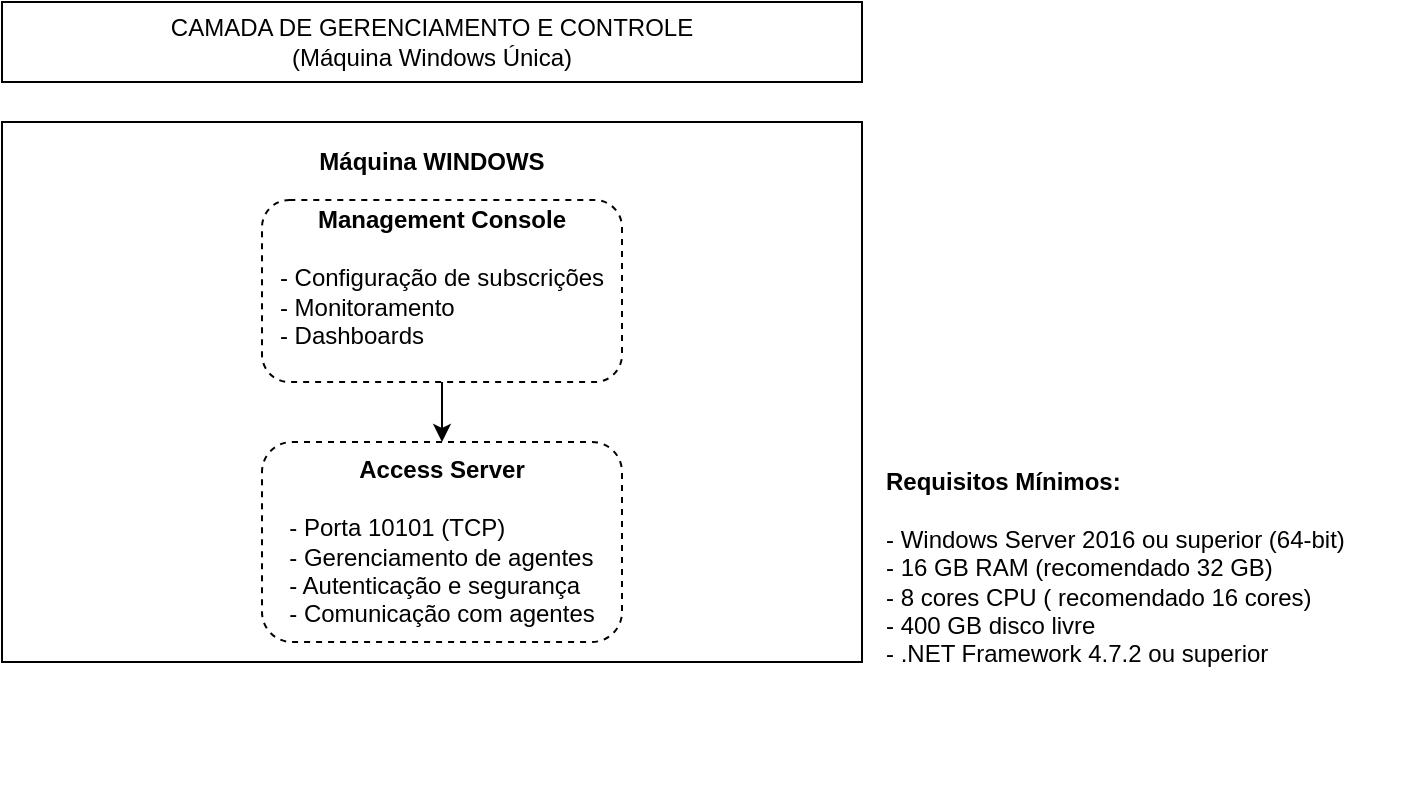
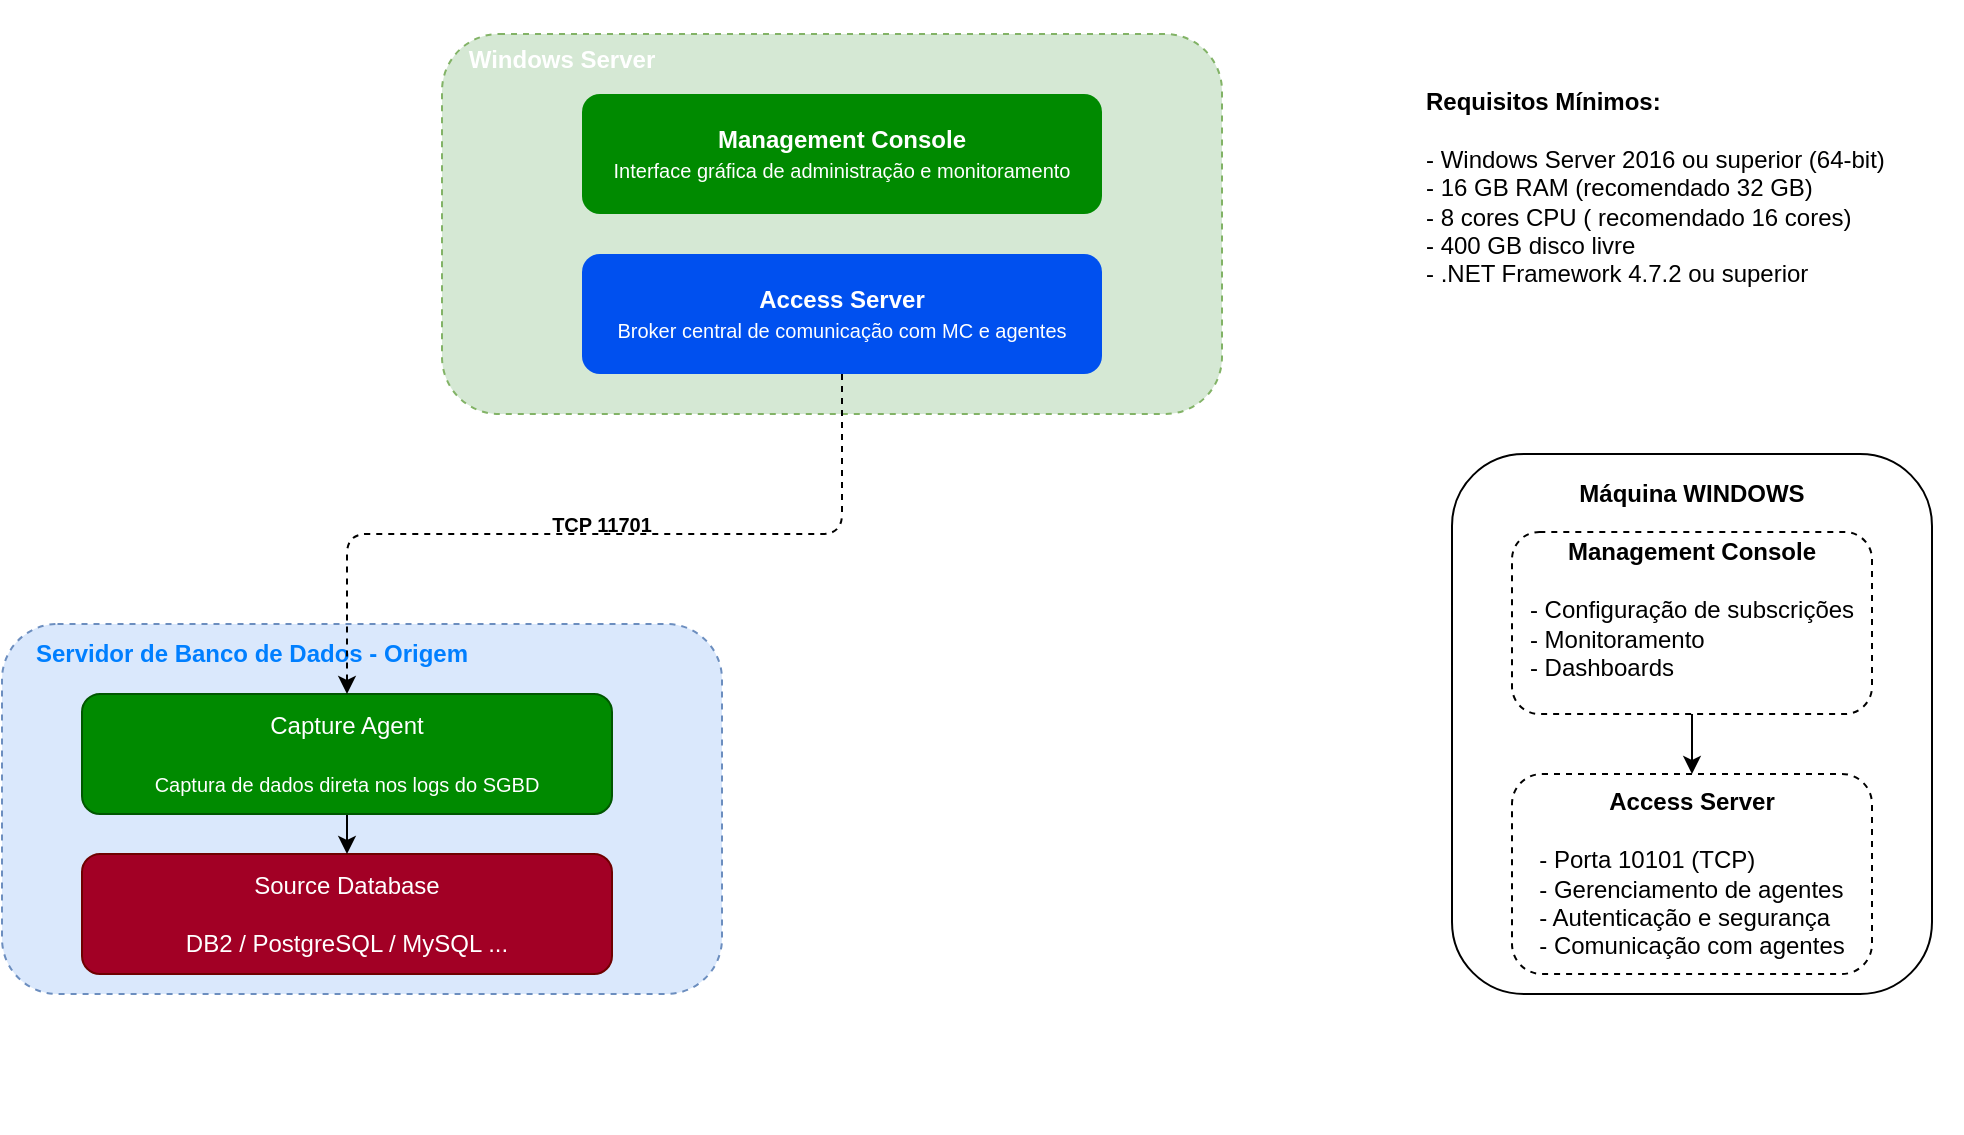
<mxfile host="app.diagrams.net">
  <diagram name="Page-1" id="ufLM51pSvgMN4Yb4cNfk">
    <mxGraphModel dx="1414" dy="766" grid="1" gridSize="10" guides="1" tooltips="1" connect="1" arrows="1" fold="1" page="1" pageScale="1" pageWidth="1169" pageHeight="827" math="0" shadow="0">
      <root>
        <mxCell id="0" />
        <mxCell id="1" parent="0" />
-         <mxCell id="JlA0C_7pM_n0fd6ZD8XW-1" parent="1" style="rounded=0;whiteSpace=wrap;html=1;" value="&lt;div&gt;&lt;b&gt;&lt;br&gt;&lt;/b&gt;&lt;/div&gt;&lt;b&gt;&lt;div&gt;&lt;b&gt;&lt;br&gt;&lt;/b&gt;&lt;/div&gt;Máquina WINDOWS&lt;/b&gt;&lt;div&gt;&lt;b&gt;&lt;br&gt;&lt;/b&gt;&lt;div&gt;&lt;div&gt;&lt;b&gt;&lt;br&gt;&lt;/b&gt;&lt;/div&gt;&lt;div&gt;&lt;b&gt;&lt;br&gt;&lt;/b&gt;&lt;/div&gt;&lt;div&gt;&lt;b&gt;&lt;br&gt;&lt;/b&gt;&lt;/div&gt;&lt;div&gt;&lt;b&gt;&lt;br&gt;&lt;/b&gt;&lt;/div&gt;&lt;div&gt;&lt;b&gt;&lt;br&gt;&lt;/b&gt;&lt;/div&gt;&lt;div&gt;&lt;b&gt;&lt;br&gt;&lt;/b&gt;&lt;/div&gt;&lt;div&gt;&lt;b&gt;&lt;br&gt;&lt;/b&gt;&lt;/div&gt;&lt;div&gt;&lt;b&gt;&lt;br&gt;&lt;/b&gt;&lt;/div&gt;&lt;div&gt;&lt;b&gt;&lt;br&gt;&lt;/b&gt;&lt;/div&gt;&lt;div&gt;&lt;b&gt;&lt;br&gt;&lt;/b&gt;&lt;/div&gt;&lt;div&gt;&lt;b&gt;&lt;br&gt;&lt;/b&gt;&lt;/div&gt;&lt;div&gt;&lt;b&gt;&lt;br&gt;&lt;/b&gt;&lt;/div&gt;&lt;div&gt;&lt;b&gt;&lt;br&gt;&lt;/b&gt;&lt;/div&gt;&lt;div&gt;&lt;b&gt;&lt;br&gt;&lt;/b&gt;&lt;/div&gt;&lt;div&gt;&lt;b&gt;&lt;br&gt;&lt;/b&gt;&lt;/div&gt;&lt;div&gt;&lt;b&gt;&lt;br&gt;&lt;/b&gt;&lt;/div&gt;&lt;div&gt;&lt;br&gt;&lt;/div&gt;&lt;/div&gt;&lt;/div&gt;" vertex="1">
-           <mxGeometry height="270" width="430" x="350" y="120" as="geometry" />
+         <mxCell id="JlA0C_7pM_n0fd6ZD8XW-1" parent="1" style="rounded=1;whiteSpace=wrap;html=1;" value="&lt;div&gt;&lt;b&gt;&lt;br&gt;&lt;/b&gt;&lt;/div&gt;&lt;b&gt;&lt;div&gt;&lt;b&gt;&lt;br&gt;&lt;/b&gt;&lt;/div&gt;Máquina WINDOWS&lt;/b&gt;&lt;div&gt;&lt;b&gt;&lt;br&gt;&lt;/b&gt;&lt;div&gt;&lt;div&gt;&lt;b&gt;&lt;br&gt;&lt;/b&gt;&lt;/div&gt;&lt;div&gt;&lt;b&gt;&lt;br&gt;&lt;/b&gt;&lt;/div&gt;&lt;div&gt;&lt;b&gt;&lt;br&gt;&lt;/b&gt;&lt;/div&gt;&lt;div&gt;&lt;b&gt;&lt;br&gt;&lt;/b&gt;&lt;/div&gt;&lt;div&gt;&lt;b&gt;&lt;br&gt;&lt;/b&gt;&lt;/div&gt;&lt;div&gt;&lt;b&gt;&lt;br&gt;&lt;/b&gt;&lt;/div&gt;&lt;div&gt;&lt;b&gt;&lt;br&gt;&lt;/b&gt;&lt;/div&gt;&lt;div&gt;&lt;b&gt;&lt;br&gt;&lt;/b&gt;&lt;/div&gt;&lt;div&gt;&lt;b&gt;&lt;br&gt;&lt;/b&gt;&lt;/div&gt;&lt;div&gt;&lt;b&gt;&lt;br&gt;&lt;/b&gt;&lt;/div&gt;&lt;div&gt;&lt;b&gt;&lt;br&gt;&lt;/b&gt;&lt;/div&gt;&lt;div&gt;&lt;b&gt;&lt;br&gt;&lt;/b&gt;&lt;/div&gt;&lt;div&gt;&lt;b&gt;&lt;br&gt;&lt;/b&gt;&lt;/div&gt;&lt;div&gt;&lt;b&gt;&lt;br&gt;&lt;/b&gt;&lt;/div&gt;&lt;div&gt;&lt;b&gt;&lt;br&gt;&lt;/b&gt;&lt;/div&gt;&lt;div&gt;&lt;b&gt;&lt;br&gt;&lt;/b&gt;&lt;/div&gt;&lt;div&gt;&lt;br&gt;&lt;/div&gt;&lt;/div&gt;&lt;/div&gt;" vertex="1">
+           <mxGeometry height="270" width="240" x="895" y="310" as="geometry" />
        </mxCell>
-         <mxCell id="JlA0C_7pM_n0fd6ZD8XW-12" edge="1" parent="1" source="JlA0C_7pM_n0fd6ZD8XW-5" style="edgeStyle=orthogonalEdgeStyle;rounded=0;orthogonalLoop=1;jettySize=auto;html=1;" target="JlA0C_7pM_n0fd6ZD8XW-8" value="">
+         <mxCell id="JlA0C_7pM_n0fd6ZD8XW-12" edge="1" parent="1" source="JlA0C_7pM_n0fd6ZD8XW-5" style="edgeStyle=orthogonalEdgeStyle;rounded=1;orthogonalLoop=1;jettySize=auto;html=1;" target="JlA0C_7pM_n0fd6ZD8XW-8" value="">
          <mxGeometry relative="1" as="geometry" />
        </mxCell>
        <mxCell id="JlA0C_7pM_n0fd6ZD8XW-5" parent="1" style="rounded=1;whiteSpace=wrap;html=1;dashed=1;" value="&lt;div&gt;&lt;br class=&quot;Apple-interchange-newline&quot;&gt;&lt;br&gt;&lt;/div&gt;&lt;div&gt;&lt;br&gt;&lt;/div&gt;&lt;div&gt;&lt;br&gt;&lt;/div&gt;&lt;b&gt;&lt;div&gt;&lt;b&gt;&lt;br&gt;&lt;/b&gt;&lt;/div&gt;Management Console&lt;/b&gt;&lt;div&gt;&lt;span style=&quot;background-color: transparent; color: light-dark(rgb(0, 0, 0), rgb(255, 255, 255)); text-align: left;&quot;&gt;&lt;br&gt;&lt;/span&gt;&lt;/div&gt;&lt;div&gt;&lt;span style=&quot;background-color: transparent; color: light-dark(rgb(0, 0, 0), rgb(255, 255, 255)); text-align: left;&quot;&gt;- Configuração de subscrições&lt;/span&gt;&lt;/div&gt;&lt;div style=&quot;text-align: left;&quot;&gt;- Monitoramento&lt;/div&gt;&lt;div style=&quot;text-align: left;&quot;&gt;- Dashboards&lt;/div&gt;&lt;div&gt;&lt;br&gt;&lt;/div&gt;&lt;div&gt;&lt;br&gt;&lt;/div&gt;&lt;div&gt;&lt;br&gt;&lt;/div&gt;&lt;div&gt;&lt;br&gt;&lt;/div&gt;&lt;div&gt;&lt;br&gt;&lt;/div&gt;&lt;div&gt;&lt;br&gt;&lt;/div&gt;" vertex="1">
-           <mxGeometry height="91" width="180" x="480" y="159" as="geometry" />
+           <mxGeometry height="91" width="180" x="925" y="349" as="geometry" />
        </mxCell>
-         <mxCell id="JlA0C_7pM_n0fd6ZD8XW-6" edge="1" parent="1" source="JlA0C_7pM_n0fd6ZD8XW-5" style="edgeStyle=orthogonalEdgeStyle;rounded=0;orthogonalLoop=1;jettySize=auto;html=1;exitX=0.5;exitY=1;exitDx=0;exitDy=0;" target="JlA0C_7pM_n0fd6ZD8XW-5">
+         <mxCell id="JlA0C_7pM_n0fd6ZD8XW-6" edge="1" parent="1" source="JlA0C_7pM_n0fd6ZD8XW-5" style="edgeStyle=orthogonalEdgeStyle;rounded=1;orthogonalLoop=1;jettySize=auto;html=1;exitX=0.5;exitY=1;exitDx=0;exitDy=0;" target="JlA0C_7pM_n0fd6ZD8XW-5">
          <mxGeometry relative="1" as="geometry" />
        </mxCell>
        <mxCell id="JlA0C_7pM_n0fd6ZD8XW-8" parent="1" style="rounded=1;whiteSpace=wrap;html=1;dashed=1;" value="&lt;div&gt;&lt;br class=&quot;Apple-interchange-newline&quot;&gt;&lt;br&gt;&lt;/div&gt;&lt;div&gt;&lt;br&gt;&lt;/div&gt;&lt;div&gt;&lt;br&gt;&lt;/div&gt;&lt;div&gt;&lt;br&gt;&lt;/div&gt;&lt;b&gt;&lt;div&gt;&lt;b&gt;&lt;br&gt;&lt;/b&gt;&lt;/div&gt;Access Server&lt;br&gt;&lt;/b&gt;&lt;div&gt;&lt;br&gt;&lt;/div&gt;&lt;div style=&quot;text-align: left;&quot;&gt;- Porta 10101 (TCP)&lt;/div&gt;&lt;div style=&quot;text-align: left;&quot;&gt;- Gerenciamento de agentes&lt;/div&gt;&lt;div style=&quot;text-align: left;&quot;&gt;- Autenticação e segurança&lt;/div&gt;&lt;div style=&quot;text-align: left;&quot;&gt;- Comunicação com agentes&lt;/div&gt;&lt;div&gt;&lt;br&gt;&lt;/div&gt;&lt;div&gt;&lt;br&gt;&lt;/div&gt;&lt;div&gt;&lt;br&gt;&lt;/div&gt;&lt;div&gt;&lt;br&gt;&lt;/div&gt;&lt;div&gt;&lt;br&gt;&lt;/div&gt;&lt;div&gt;&lt;br&gt;&lt;/div&gt;" vertex="1">
-           <mxGeometry height="100" width="180" x="480" y="280" as="geometry" />
+           <mxGeometry height="100" width="180" x="925" y="470" as="geometry" />
        </mxCell>
-         <mxCell id="JlA0C_7pM_n0fd6ZD8XW-9" parent="1" style="rounded=0;whiteSpace=wrap;html=1;" value="CAMADA DE GERENCIAMENTO E CONTROLE&lt;div&gt;(Máquina Windows Única)&lt;/div&gt;" vertex="1">
-           <mxGeometry height="40" width="430" x="350" y="60" as="geometry" />
+         <mxCell id="JlA0C_7pM_n0fd6ZD8XW-11" parent="1" style="text;html=1;whiteSpace=wrap;strokeColor=none;fillColor=none;align=left;verticalAlign=middle;rounded=1;" value="&lt;b&gt;Requisitos Mínimos:&amp;nbsp;&lt;/b&gt;&lt;div&gt;&lt;br&gt;&lt;div&gt;- Windows Server 2016 ou superior (64-bit)&lt;/div&gt;&lt;div&gt;- 16 GB RAM (recomendado 32 GB)&lt;/div&gt;&lt;div&gt;- 8 cores CPU ( recomendado 16 cores)&lt;/div&gt;&lt;div&gt;- 400 GB disco livre&lt;/div&gt;&lt;div&gt;- .NET Framework 4.7.2 ou superior&lt;/div&gt;&lt;/div&gt;" vertex="1">
+           <mxGeometry height="94" width="270" x="880" y="130" as="geometry" />
        </mxCell>
-         <mxCell id="JlA0C_7pM_n0fd6ZD8XW-11" parent="1" style="text;html=1;whiteSpace=wrap;strokeColor=none;fillColor=none;align=left;verticalAlign=middle;rounded=0;" value="&lt;b&gt;Requisitos Mínimos:&amp;nbsp;&lt;/b&gt;&lt;div&gt;&lt;br&gt;&lt;div&gt;- Windows Server 2016 ou superior (64-bit)&lt;/div&gt;&lt;div&gt;- 16 GB RAM (recomendado 32 GB)&lt;/div&gt;&lt;div&gt;- 8 cores CPU ( recomendado 16 cores)&lt;/div&gt;&lt;div&gt;- 400 GB disco livre&lt;/div&gt;&lt;div&gt;- .NET Framework 4.7.2 ou superior&lt;/div&gt;&lt;/div&gt;" vertex="1">
-           <mxGeometry height="94" width="270" x="790" y="296" as="geometry" />
+         <mxCell id="tYhzWE4TQe1GP2W0sffB-1" parent="1" style="rounded=1;whiteSpace=wrap;html=1;fillColor=#d5e8d4;strokeColor=#82b366;dashed=1;" value="" vertex="1">
+           <mxGeometry height="190" width="390" x="390" y="100" as="geometry" />
+         </mxCell>
+         <mxCell id="tYhzWE4TQe1GP2W0sffB-2" parent="1" style="rounded=1;whiteSpace=wrap;html=1;fillColor=#008a00;fontColor=#ffffff;strokeColor=none;" value="&lt;b&gt;Management Console&lt;/b&gt;&lt;div&gt;&lt;font style=&quot;font-size: 10px;&quot;&gt;Interface gráfica de administração e monitoramento&lt;/font&gt;&lt;/div&gt;" vertex="1">
+           <mxGeometry height="60" width="260" x="460" y="130" as="geometry" />
+         </mxCell>
+         <mxCell id="tYhzWE4TQe1GP2W0sffB-3" parent="1" style="rounded=1;whiteSpace=wrap;html=1;fillColor=#0050ef;fontColor=#ffffff;strokeColor=none;" value="&lt;b&gt;Access Server&lt;/b&gt;&lt;div&gt;&lt;font style=&quot;font-size: 10px;&quot;&gt;Broker central de comunicação com MC e agentes&lt;/font&gt;&lt;/div&gt;" vertex="1">
+           <mxGeometry height="60" width="260" x="460" y="210" as="geometry" />
+         </mxCell>
+         <mxCell id="tYhzWE4TQe1GP2W0sffB-6" parent="1" style="text;html=1;whiteSpace=wrap;strokeColor=none;fillColor=none;align=center;verticalAlign=middle;rounded=1;" value="&lt;font style=&quot;color: light-dark(rgb(255, 255, 255), rgb(255, 51, 255));&quot;&gt;&lt;b&gt;Windows Server&lt;/b&gt;&lt;/font&gt;" vertex="1">
+           <mxGeometry height="60" width="100" x="400" y="83" as="geometry" />
+         </mxCell>
+         <mxCell id="tYhzWE4TQe1GP2W0sffB-7" parent="1" style="rounded=1;whiteSpace=wrap;html=1;fillColor=#dae8fc;strokeColor=#6c8ebf;dashed=1;" value="" vertex="1">
+           <mxGeometry height="185" width="360" x="170" y="395" as="geometry" />
+         </mxCell>
+         <mxCell id="tYhzWE4TQe1GP2W0sffB-8" parent="1" style="text;html=1;whiteSpace=wrap;strokeColor=none;fillColor=none;align=center;verticalAlign=middle;rounded=1;" value="&lt;font style=&quot;color: light-dark(rgb(0, 127, 255), rgb(255, 51, 255));&quot;&gt;&lt;b style=&quot;&quot;&gt;Servidor de Banco de Dados - Origem&lt;/b&gt;&lt;/font&gt;" vertex="1">
+           <mxGeometry height="60" width="250" x="170" y="380" as="geometry" />
+         </mxCell>
+         <mxCell id="tYhzWE4TQe1GP2W0sffB-10" parent="1" style="rounded=1;whiteSpace=wrap;html=1;fillColor=#a20025;fontColor=#ffffff;strokeColor=#6F0000;" value="Source Database&lt;div&gt;&lt;br&gt;&lt;/div&gt;&lt;div&gt;DB2 / PostgreSQL / MySQL ...&lt;/div&gt;" vertex="1">
+           <mxGeometry height="60" width="265" x="210" y="510" as="geometry" />
+         </mxCell>
+         <mxCell id="tYhzWE4TQe1GP2W0sffB-16" edge="1" parent="1" source="tYhzWE4TQe1GP2W0sffB-12" style="edgeStyle=orthogonalEdgeStyle;rounded=1;orthogonalLoop=1;jettySize=auto;html=1;exitX=0.5;exitY=1;exitDx=0;exitDy=0;entryX=0.5;entryY=0;entryDx=0;entryDy=0;" target="tYhzWE4TQe1GP2W0sffB-10">
+           <mxGeometry relative="1" as="geometry" />
+         </mxCell>
+         <mxCell id="tYhzWE4TQe1GP2W0sffB-12" parent="1" style="rounded=1;whiteSpace=wrap;html=1;fillColor=#008a00;fontColor=#ffffff;strokeColor=#005700;" value="&lt;div&gt;&lt;br&gt;&lt;/div&gt;Capture Agent&lt;div&gt;&lt;br&gt;&lt;div&gt;&lt;font style=&quot;font-size: 10px;&quot;&gt;Captura de dados direta nos logs do SGBD&lt;/font&gt;&lt;/div&gt;&lt;div&gt;&lt;br&gt;&lt;/div&gt;&lt;/div&gt;" vertex="1">
+           <mxGeometry height="60" width="265" x="210" y="430" as="geometry" />
+         </mxCell>
+         <mxCell id="tYhzWE4TQe1GP2W0sffB-14" edge="1" parent="1" source="tYhzWE4TQe1GP2W0sffB-3" style="edgeStyle=orthogonalEdgeStyle;rounded=1;orthogonalLoop=1;jettySize=auto;html=1;dashed=1;" target="tYhzWE4TQe1GP2W0sffB-12">
+           <mxGeometry relative="1" as="geometry" />
+         </mxCell>
+         <mxCell id="tYhzWE4TQe1GP2W0sffB-15" parent="1" style="text;html=1;whiteSpace=wrap;strokeColor=none;fillColor=none;align=center;verticalAlign=middle;rounded=0;" value="&lt;font style=&quot;font-size: 10px;&quot;&gt;&lt;b&gt;TCP 11701&lt;/b&gt;&lt;/font&gt;" vertex="1">
+           <mxGeometry height="30" width="100" x="420" y="330" as="geometry" />
        </mxCell>
      </root>
    </mxGraphModel>
  </diagram>
</mxfile>
